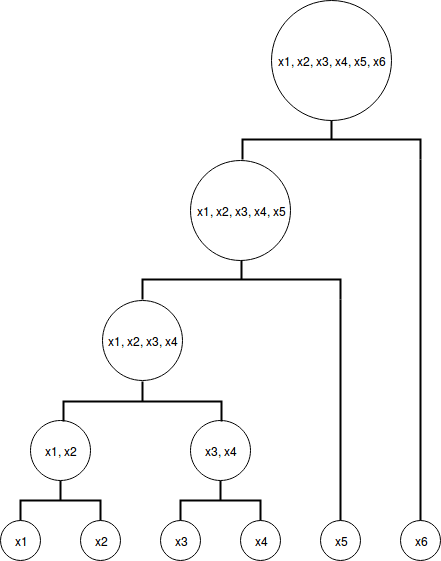
Earlier version of the draw.io export Assignment-2/images/2a.png (vishwakftw/CS6510-AML). Source tidied: cells renumbered, new cells last; positions are measured from the earlier drawing's top-left corner, leaving out a move shared by most shapes. Its diagram source:
```xml
<mxGraphModel background="#ffffff">
  <root>
    <mxCell id="0" />
    <mxCell id="1" parent="0" />
    <mxCell id="2" value="x1" style="ellipse;whiteSpace=wrap;html=1;" parent="1" vertex="1">
      <mxGeometry y="520" width="40" height="40" as="geometry" />
    </mxCell>
    <mxCell id="3" value="x2" style="ellipse;whiteSpace=wrap;html=1;" parent="1" vertex="1">
      <mxGeometry x="80" y="520" width="40" height="40" as="geometry" />
    </mxCell>
    <mxCell id="4" value="x3" style="ellipse;whiteSpace=wrap;html=1;" parent="1" vertex="1">
      <mxGeometry x="160" y="520" width="40" height="40" as="geometry" />
    </mxCell>
    <mxCell id="5" value="x4" style="ellipse;whiteSpace=wrap;html=1;" parent="1" vertex="1">
      <mxGeometry x="240" y="520" width="40" height="40" as="geometry" />
    </mxCell>
    <mxCell id="6" value="x5" style="ellipse;whiteSpace=wrap;html=1;" parent="1" vertex="1">
      <mxGeometry x="320" y="520" width="40" height="40" as="geometry" />
    </mxCell>
    <mxCell id="7" value="x6" style="ellipse;whiteSpace=wrap;html=1;" parent="1" vertex="1">
      <mxGeometry x="400" y="520" width="40" height="40" as="geometry" />
    </mxCell>
    <mxCell id="8" style="strokeWidth=2;html=1;shape=mxgraph.flowchart.annotation_2;align=left;rotation=90;" parent="1" vertex="1">
      <mxGeometry x="40" y="460" width="40" height="80" as="geometry" />
    </mxCell>
    <mxCell id="9" style="strokeWidth=2;html=1;shape=mxgraph.flowchart.annotation_2;align=left;rotation=90;" parent="1" vertex="1">
      <mxGeometry x="200" y="460" width="40" height="80" as="geometry" />
    </mxCell>
    <mxCell id="10" value="x1, x2" style="ellipse;whiteSpace=wrap;html=1;" parent="1" vertex="1">
      <mxGeometry x="30" y="420" width="60" height="60" as="geometry" />
    </mxCell>
    <mxCell id="11" value="x3, x4" style="ellipse;whiteSpace=wrap;html=1;" parent="1" vertex="1">
      <mxGeometry x="190" y="420" width="60" height="60" as="geometry" />
    </mxCell>
    <mxCell id="12" style="strokeWidth=2;html=1;shape=mxgraph.flowchart.annotation_2;align=left;rotation=90;" parent="1" vertex="1">
      <mxGeometry x="122" y="322" width="40" height="158" as="geometry" />
    </mxCell>
    <mxCell id="13" value="x1, x2, x3, x4" style="ellipse;whiteSpace=wrap;html=1;" parent="1" vertex="1">
      <mxGeometry x="102" y="300" width="80" height="80" as="geometry" />
    </mxCell>
    <mxCell id="14" style="edgeStyle=orthogonalEdgeStyle;rounded=0;html=1;exitX=1;exitY=0;exitPerimeter=0;entryX=0.5;entryY=0;jettySize=auto;targetPerimeterSpacing=12;endArrow=none;endFill=0;strokeWidth=2;" parent="1" edge="1" source="15" target="6">
      <mxGeometry relative="1" as="geometry" />
    </mxCell>
    <mxCell id="15" style="strokeWidth=2;html=1;shape=mxgraph.flowchart.annotation_2;align=left;rotation=90;" parent="1" vertex="1">
      <mxGeometry x="221" y="180" width="40" height="198" as="geometry" />
    </mxCell>
    <mxCell id="16" value="x1, x2, x3, x4, x5" style="ellipse;whiteSpace=wrap;html=1;" parent="1" vertex="1">
      <mxGeometry x="190" y="160" width="100" height="100" as="geometry" />
    </mxCell>
    <mxCell id="17" style="edgeStyle=orthogonalEdgeStyle;rounded=0;html=1;exitX=1;exitY=0;exitPerimeter=0;entryX=0.5;entryY=0;endArrow=none;endFill=0;jettySize=auto;strokeWidth=2;" parent="1" edge="1" source="18" target="7">
      <mxGeometry relative="1" as="geometry" />
    </mxCell>
    <mxCell id="18" style="strokeWidth=2;html=1;shape=mxgraph.flowchart.annotation_2;align=left;rotation=90;" parent="1" vertex="1">
      <mxGeometry x="311" y="50" width="40" height="178" as="geometry" />
    </mxCell>
    <mxCell id="19" value="x1, x2, x3, x4, x5, x6" style="ellipse;whiteSpace=wrap;html=1;" parent="1" vertex="1">
      <mxGeometry x="271" width="120" height="120" as="geometry" />
    </mxCell>
  </root>
</mxGraphModel>
```
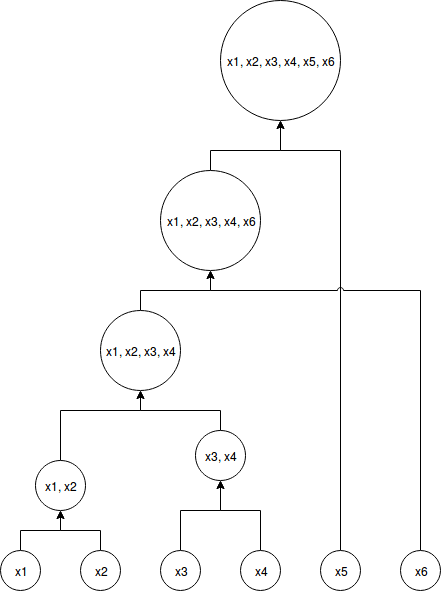
Later version of the same file.

The edit, as a diff of the source:
```diff
@@ -2,59 +2,108 @@
   <root>
     <mxCell id="0" />
     <mxCell id="1" parent="0" />
+    <mxCell id="12" style="edgeStyle=orthogonalEdgeStyle;rounded=0;html=1;exitX=0.5;exitY=0;entryX=0.5;entryY=1;jettySize=auto;" parent="1" edge="1" source="2" target="8">
+      <mxGeometry relative="1" as="geometry" />
+    </mxCell>
     <mxCell id="2" value="x1" style="ellipse;whiteSpace=wrap;html=1;" parent="1" vertex="1">
       <mxGeometry y="520" width="40" height="40" as="geometry" />
     </mxCell>
+    <mxCell id="20" style="edgeStyle=orthogonalEdgeStyle;rounded=0;html=1;exitX=0.5;exitY=0;entryX=0.5;entryY=1;jettySize=auto;" parent="1" edge="1" source="3" target="8">
+      <mxGeometry relative="1" as="geometry" />
+    </mxCell>
     <mxCell id="3" value="x2" style="ellipse;whiteSpace=wrap;html=1;" parent="1" vertex="1">
       <mxGeometry x="80" y="520" width="40" height="40" as="geometry" />
     </mxCell>
+    <mxCell id="13" style="edgeStyle=orthogonalEdgeStyle;rounded=0;html=1;exitX=0.5;exitY=0;entryX=0.5;entryY=1;jettySize=auto;" parent="1" edge="1" source="4" target="9">
+      <mxGeometry relative="1" as="geometry">
+        <Array as="points">
+          <mxPoint x="180" y="480" />
+          <mxPoint x="220" y="480" />
+        </Array>
+      </mxGeometry>
+    </mxCell>
     <mxCell id="4" value="x3" style="ellipse;whiteSpace=wrap;html=1;" parent="1" vertex="1">
       <mxGeometry x="160" y="520" width="40" height="40" as="geometry" />
     </mxCell>
+    <mxCell id="15" style="edgeStyle=orthogonalEdgeStyle;rounded=0;html=1;exitX=0.5;exitY=0;jettySize=auto;entryX=0.5;entryY=1;" parent="1" edge="1" source="5" target="9">
+      <mxGeometry relative="1" as="geometry">
+        <Array as="points">
+          <mxPoint x="260" y="480" />
+          <mxPoint x="220" y="480" />
+        </Array>
+      </mxGeometry>
+    </mxCell>
     <mxCell id="5" value="x4" style="ellipse;whiteSpace=wrap;html=1;" parent="1" vertex="1">
       <mxGeometry x="240" y="520" width="40" height="40" as="geometry" />
     </mxCell>
+    <mxCell id="21" style="edgeStyle=orthogonalEdgeStyle;rounded=0;jumpStyle=arc;html=1;exitX=0.5;exitY=0;entryX=0.5;entryY=1;jettySize=auto;" parent="1" edge="1" source="6" target="18">
+      <mxGeometry relative="1" as="geometry">
+        <Array as="points">
+          <mxPoint x="340" y="120" />
+          <mxPoint x="280" y="120" />
+        </Array>
+      </mxGeometry>
+    </mxCell>
     <mxCell id="6" value="x5" style="ellipse;whiteSpace=wrap;html=1;" parent="1" vertex="1">
       <mxGeometry x="320" y="520" width="40" height="40" as="geometry" />
     </mxCell>
+    <mxCell id="16" style="edgeStyle=orthogonalEdgeStyle;rounded=0;html=1;exitX=0.5;exitY=0;entryX=0.5;entryY=1;jettySize=auto;jumpStyle=arc;" parent="1" edge="1" source="7" target="11">
+      <mxGeometry relative="1" as="geometry">
+        <Array as="points">
+          <mxPoint x="420" y="260" />
+          <mxPoint x="210" y="260" />
+        </Array>
+      </mxGeometry>
+    </mxCell>
     <mxCell id="7" value="x6" style="ellipse;whiteSpace=wrap;html=1;" parent="1" vertex="1">
       <mxGeometry x="400" y="520" width="40" height="40" as="geometry" />
     </mxCell>
+    <mxCell id="22" style="edgeStyle=orthogonalEdgeStyle;rounded=0;html=1;exitX=0.5;exitY=0;entryX=0.5;entryY=1;jettySize=auto;" parent="1" edge="1" source="8" target="10">
+      <mxGeometry relative="1" as="geometry">
+        <Array as="points">
+          <mxPoint x="60" y="380" />
+          <mxPoint x="140" y="380" />
+        </Array>
+      </mxGeometry>
+    </mxCell>
-    <mxCell id="8" style="strokeWidth=2;html=1;shape=mxgraph.flowchart.annotation_2;align=left;rotation=90;" parent="1" vertex="1">
-      <mxGeometry x="40" y="460" width="40" height="80" as="geometry" />
+    <mxCell id="8" value="x1, x2" style="ellipse;whiteSpace=wrap;html=1;" parent="1" vertex="1">
+      <mxGeometry x="35" y="430" width="50" height="50" as="geometry" />
     </mxCell>
+    <mxCell id="23" style="edgeStyle=orthogonalEdgeStyle;rounded=0;html=1;exitX=0.5;exitY=0;entryX=0.5;entryY=1;jettySize=auto;" parent="1" edge="1" source="9" target="10">
+      <mxGeometry relative="1" as="geometry">
+        <Array as="points">
+          <mxPoint x="220" y="380" />
+          <mxPoint x="140" y="380" />
+        </Array>
+      </mxGeometry>
+    </mxCell>
-    <mxCell id="9" style="strokeWidth=2;html=1;shape=mxgraph.flowchart.annotation_2;align=left;rotation=90;" parent="1" vertex="1">
-      <mxGeometry x="200" y="460" width="40" height="80" as="geometry" />
+    <mxCell id="9" value="x3, x4" style="ellipse;whiteSpace=wrap;html=1;" parent="1" vertex="1">
+      <mxGeometry x="195" y="400" width="50" height="50" as="geometry" />
     </mxCell>
+    <mxCell id="14" style="edgeStyle=orthogonalEdgeStyle;rounded=0;html=1;exitX=0.5;exitY=0;jettySize=auto;" parent="1" edge="1" source="10" target="11">
+      <mxGeometry relative="1" as="geometry">
+        <Array as="points">
+          <mxPoint x="140" y="260" />
+          <mxPoint x="210" y="260" />
+        </Array>
+      </mxGeometry>
+    </mxCell>
-    <mxCell id="10" value="x1, x2" style="ellipse;whiteSpace=wrap;html=1;" parent="1" vertex="1">
-      <mxGeometry x="30" y="420" width="60" height="60" as="geometry" />
+    <mxCell id="10" value="x1, x2, x3, x4" style="ellipse;whiteSpace=wrap;html=1;" parent="1" vertex="1">
+      <mxGeometry x="100" y="280" width="80" height="80" as="geometry" />
     </mxCell>
+    <mxCell id="17" style="edgeStyle=orthogonalEdgeStyle;rounded=0;html=1;exitX=0.5;exitY=0;entryX=0.5;entryY=1;jettySize=auto;" parent="1" edge="1" source="11" target="18">
+      <mxGeometry relative="1" as="geometry">
+        <Array as="points">
+          <mxPoint x="210" y="120" />
+          <mxPoint x="280" y="120" />
+        </Array>
+      </mxGeometry>
+    </mxCell>
-    <mxCell id="11" value="x3, x4" style="ellipse;whiteSpace=wrap;html=1;" parent="1" vertex="1">
-      <mxGeometry x="190" y="420" width="60" height="60" as="geometry" />
+    <mxCell id="11" value="x1, x2, x3, x4, x6" style="ellipse;whiteSpace=wrap;html=1;" parent="1" vertex="1">
+      <mxGeometry x="160" y="140" width="100" height="100" as="geometry" />
     </mxCell>
-    <mxCell id="12" style="strokeWidth=2;html=1;shape=mxgraph.flowchart.annotation_2;align=left;rotation=90;" parent="1" vertex="1">
-      <mxGeometry x="122" y="322" width="40" height="158" as="geometry" />
-    </mxCell>
-    <mxCell id="13" value="x1, x2, x3, x4" style="ellipse;whiteSpace=wrap;html=1;" parent="1" vertex="1">
-      <mxGeometry x="102" y="300" width="80" height="80" as="geometry" />
-    </mxCell>
-    <mxCell id="14" style="edgeStyle=orthogonalEdgeStyle;rounded=0;html=1;exitX=1;exitY=0;exitPerimeter=0;entryX=0.5;entryY=0;jettySize=auto;targetPerimeterSpacing=12;endArrow=none;endFill=0;strokeWidth=2;" parent="1" edge="1" source="15" target="6">
-      <mxGeometry relative="1" as="geometry" />
-    </mxCell>
-    <mxCell id="15" style="strokeWidth=2;html=1;shape=mxgraph.flowchart.annotation_2;align=left;rotation=90;" parent="1" vertex="1">
-      <mxGeometry x="221" y="180" width="40" height="198" as="geometry" />
-    </mxCell>
-    <mxCell id="16" value="x1, x2, x3, x4, x5" style="ellipse;whiteSpace=wrap;html=1;" parent="1" vertex="1">
-      <mxGeometry x="190" y="160" width="100" height="100" as="geometry" />
-    </mxCell>
-    <mxCell id="17" style="edgeStyle=orthogonalEdgeStyle;rounded=0;html=1;exitX=1;exitY=0;exitPerimeter=0;entryX=0.5;entryY=0;endArrow=none;endFill=0;jettySize=auto;strokeWidth=2;" parent="1" edge="1" source="18" target="7">
-      <mxGeometry relative="1" as="geometry" />
-    </mxCell>
-    <mxCell id="18" style="strokeWidth=2;html=1;shape=mxgraph.flowchart.annotation_2;align=left;rotation=90;" parent="1" vertex="1">
-      <mxGeometry x="311" y="50" width="40" height="178" as="geometry" />
+    <mxCell id="18" value="x1, x2, x3, x4, x5, x6" style="ellipse;whiteSpace=wrap;html=1;" parent="1" vertex="1">
+      <mxGeometry x="220" y="-30" width="120" height="120" as="geometry" />
     </mxCell>
-    <mxCell id="19" value="x1, x2, x3, x4, x5, x6" style="ellipse;whiteSpace=wrap;html=1;" parent="1" vertex="1">
-      <mxGeometry x="271" width="120" height="120" as="geometry" />
-    </mxCell>
   </root>
 </mxGraphModel>
```
